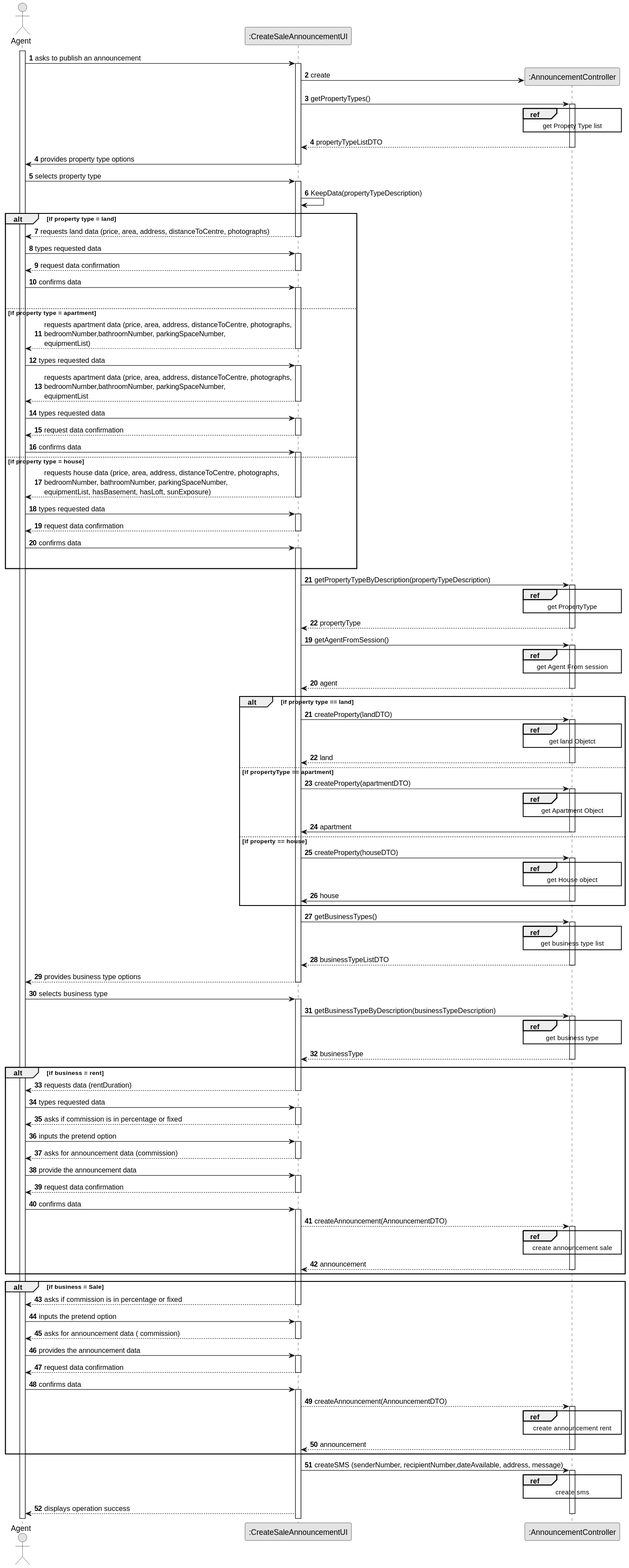
This is docs/sprintD/us002/03.design/svg/us002-sequence-diagram-split.svg from Shushizinho/RealEstateUSASystem, a PlantUML export, as it was before one commit. Its diagram source:
```plantuml
@startuml
skinparam monochrome true
skinparam packageStyle rectangle
skinparam shadowing false

autonumber

actor "Agent" as AG
participant ":CreateSaleAnnouncementUI" as UI
participant ":AnnouncementController" as CTRL


autonumber

activate AG

        AG -> UI : asks to publish an announcement
        activate UI

            UI -> CTRL** : create








            UI -> CTRL: getPropertyTypes()
            activate CTRL




          ref over CTRL
               get Propety Type list
               end ref

 CTRL --> UI:propertyTypeListDTO
 deactivate CTRL



             autonumber 4




         UI -> AG : provides property type options
         deactivate UI

        AG -> UI : selects property type
        activate UI

        UI -> UI: KeepData(propertyTypeDescription)





 alt if property type = land
    UI --> AG : requests land data (price, area, address, distanceToCentre, photographs)
    deactivate UI
    AG -> UI : types requested data
    activate UI

     UI --> AG : request data confirmation
        deactivate UI
        AG -> UI : confirms data
        activate UI







deactivate CTRL







 else if property type = apartment
    UI --> AG : requests apartment data (price, area, address, distanceToCentre, photographs,\nbedroomNumber,bathroomNumber, parkingSpaceNumber,\nequipmentList)
    deactivate UI
    AG -> UI : types requested data
    activate UI

    UI --> AG : requests apartment data (price, area, address, distanceToCentre, photographs,\nbedroomNumber,bathroomNumber, parkingSpaceNumber,\nequipmentList
    deactivate UI
      AG -> UI : types requested data
      activate UI

          UI --> AG : request data confirmation
              deactivate UI
              AG -> UI : confirms data
              activate UI











  else if property type = house
        UI --> AG : requests house data (price, area, address, distanceToCentre, photographs,\nbedroomNumber, bathroomNumber, parkingSpaceNumber,\nequipmentList, hasBasement, hasLoft, sunExposure)
        deactivate UI
        AG -> UI : types requested data
        activate UI

    UI --> AG : request data confirmation
        deactivate UI
        AG -> UI : confirms data
        activate UI



deactivate CTRL


        end
 UI -> CTRL :  getPropertyTypeByDescription(propertyTypeDescription)
        activate CTRL


ref over CTRL
     get PropertyType
     end ref
                        CTRL --> UI : propertyType
                        deactivate CTRL


autonumber 19
                     UI -> CTRL : getAgentFromSession()
                     activate CTRL



ref over CTRL
     get Agent From session
     end ref


                     CTRL --> UI: agent
                     deactivate CTRL






alt if property type == land

UI -> CTRL: createProperty(landDTO)
activate CTRL


 ref over CTRL
      get land Objetct
      end ref
 CTRL --> UI : land
   deactivate CTRL



 else if propertyType == apartment






        UI -> CTRL: createProperty(apartmentDTO)
        activate CTRL

      ref over CTRL
           get Apartment Object
           end ref
                      CTRL -> UI : apartment
                deactivate CTRL

 else if property == house
         UI -> CTRL: createProperty(houseDTO)
         activate CTRL


        ref over CTRL
             get House object
             end ref
               CTRL -> UI : house
         deactivate CTRL



end

 UI -> CTRL : getBusinessTypes()
                activate CTRL

                   ref over CTRL
                        get business type list
                        end ref
          CTRL-->UI : businessTypeListDTO
            deactivate CTRL






UI --> AG : provides business type options
deactivate UI

AG -> UI: selects business type
activate UI

           UI -> CTRL : getBusinessTypeByDescription(businessTypeDescription)
              activate CTRL


             ref over CTRL
                  get business type
                  end ref


             CTRL --> UI : businessType


        deactivate CTRL





  alt if business = rent
      UI --> AG : requests data (rentDuration)

      deactivate UI
      AG -> UI : types requested data
      activate UI

         UI --> AG: asks if commission is in percentage or fixed
         deactivate UI

         AG -> UI: inputs the pretend option
          activate UI

       UI --> AG : asks for announcement data (commission)
       deactivate UI




         AG -> UI : provide the announcement data
         activate UI

          UI --> AG : request data confirmation
                        deactivate UI
                        AG -> UI : confirms data
                        activate UI

       UI --> CTRL: createAnnouncement(AnnouncementDTO)
       activate CTRL
ref over CTRL
     create announcement sale
     end ref

       CTRL --> UI: announcement

       deactivate CTRL
       end



alt if business = Sale

  UI --> AG: asks if commission is in percentage or fixed
         deactivate UI

         AG -> UI: inputs the pretend option
          activate UI


       UI --> AG : asks for announcement data ( commission)
       deactivate UI

         AG -> UI : provides the announcement data
         activate UI

             UI --> AG : request data confirmation
            deactivate UI
             AG -> UI : confirms data
               activate UI



       UI --> CTRL: createAnnouncement(AnnouncementDTO)
       activate CTRL

        ref over CTRL
             create announcement rent
             end ref
       CTRL --> UI: announcement
       deactivate CTRL

       end

       UI -> CTRL: createSMS (senderNumber, recipientNumber,dateAvailable, address, message)
        activate CTRL

      ref over CTRL
           create sms
           end ref


       UI --> AG: displays operation success


       deactivate CTRL
@enduml
```
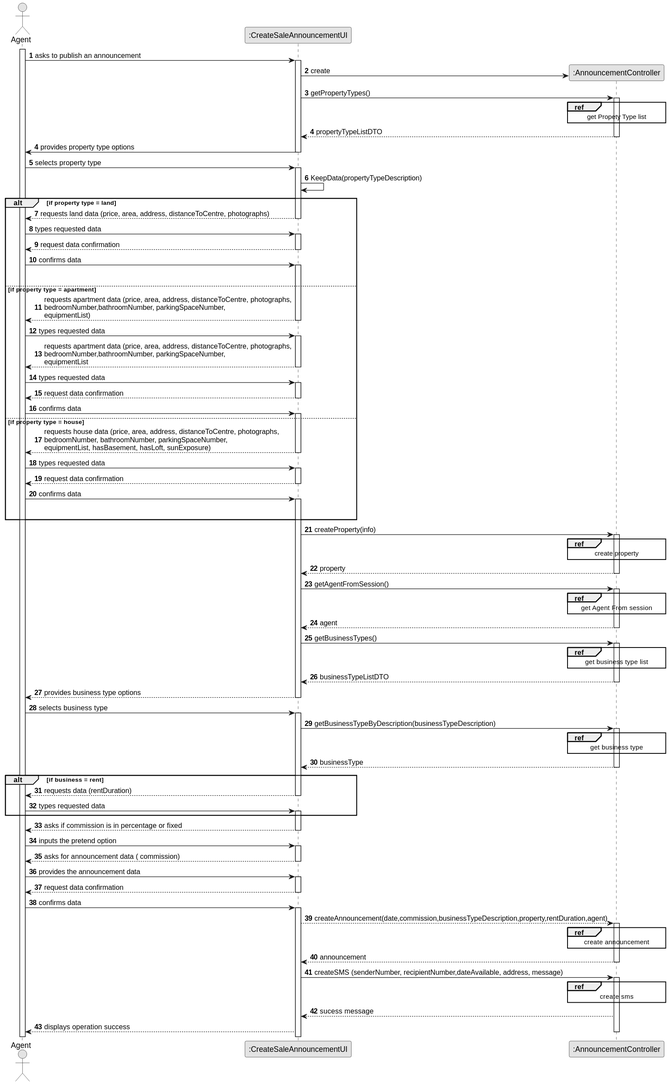
After the commit.

What changed in the source:
```diff
@@ -126,18 +126,21 @@
 
 
         end
- UI -> CTRL :  getPropertyTypeByDescription(propertyTypeDescription)
+
+
+
+ UI -> CTRL :  createProperty(info)
         activate CTRL
 
 
 ref over CTRL
-     get PropertyType
+     create property
      end ref
-                        CTRL --> UI : propertyType
+                        CTRL --> UI : property
                         deactivate CTRL
 
 
-autonumber 19
+
                      UI -> CTRL : getAgentFromSession()
                      activate CTRL
 
@@ -156,50 +159,6 @@
 
 
 
-alt if property type == land
-
-UI -> CTRL: createProperty(landDTO)
-activate CTRL
-
-
- ref over CTRL
-      get land Objetct
-      end ref
- CTRL --> UI : land
-   deactivate CTRL
-
-
-
- else if propertyType == apartment
-
-
-
-
-
-
-        UI -> CTRL: createProperty(apartmentDTO)
-        activate CTRL
-
-      ref over CTRL
-           get Apartment Object
-           end ref
-                      CTRL -> UI : apartment
-                deactivate CTRL
-
- else if property == house
-         UI -> CTRL: createProperty(houseDTO)
-         activate CTRL
-
-
-        ref over CTRL
-             get House object
-             end ref
-               CTRL -> UI : house
-         deactivate CTRL
-
-
-
-end
 
  UI -> CTRL : getBusinessTypes()
                 activate CTRL
@@ -246,40 +205,14 @@
       AG -> UI : types requested data
       activate UI
 
-         UI --> AG: asks if commission is in percentage or fixed
-         deactivate UI
-
-         AG -> UI: inputs the pretend option
-          activate UI
-
-       UI --> AG : asks for announcement data (commission)
-       deactivate UI
+      end alt
 
 
 
 
-         AG -> UI : provide the announcement data
-         activate UI
-
-          UI --> AG : request data confirmation
-                        deactivate UI
-                        AG -> UI : confirms data
-                        activate UI
-
-       UI --> CTRL: createAnnouncement(AnnouncementDTO)
-       activate CTRL
-ref over CTRL
-     create announcement sale
-     end ref
-
-       CTRL --> UI: announcement
-
-       deactivate CTRL
-       end
 
 
 
-alt if business = Sale
 
   UI --> AG: asks if commission is in percentage or fixed
          deactivate UI
@@ -301,16 +234,15 @@
 
 
 
-       UI --> CTRL: createAnnouncement(AnnouncementDTO)
-       activate CTRL
+       UI --> CTRL: createAnnouncement(date,commission,businessTypeDescription,property,rentDuration,agent)
+        activate CTRL
 
         ref over CTRL
-             create announcement rent
+             create announcement
              end ref
        CTRL --> UI: announcement
        deactivate CTRL
 
-       end
 
        UI -> CTRL: createSMS (senderNumber, recipientNumber,dateAvailable, address, message)
         activate CTRL
@@ -319,7 +251,7 @@
            create sms
            end ref
 
-
+       CTRL --> UI: sucess message
        UI --> AG: displays operation success
 
 
```
